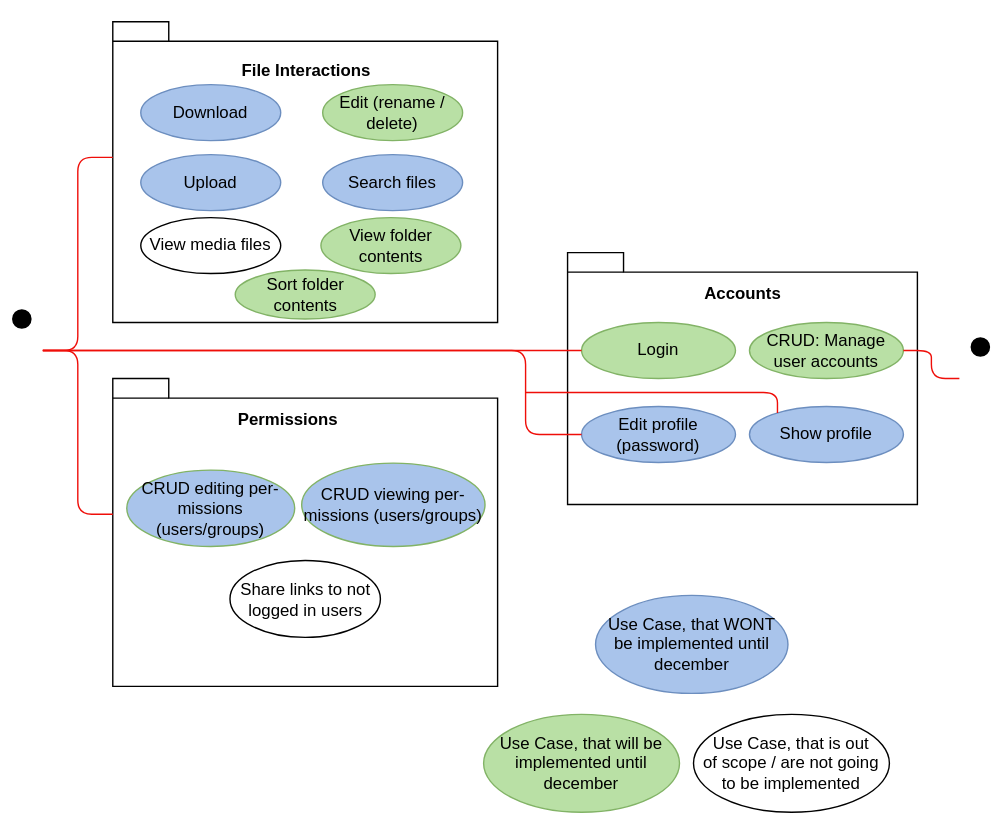
Earlier version of the draw.io export assets/diagrams/usecases.svg (FileFighter/filefighter.github.io). Source tidied: cells renumbered, new cells last; positions are measured from the earlier drawing's top-left corner, leaving out a move shared by most shapes.
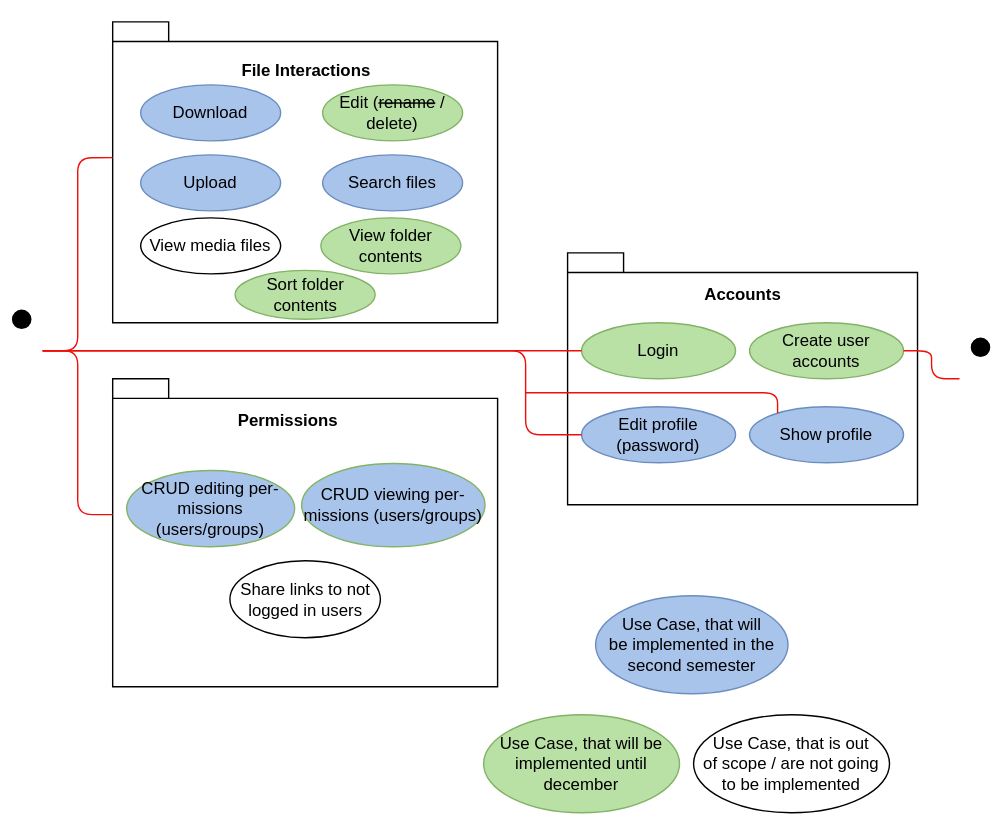
Above is the later version.

Diff of the diagram source:
```diff
@@ -32,7 +32,7 @@
     <mxCell id="11" value="View folder contents" style="ellipse;whiteSpace=wrap;html=1;strokeColor=#82b366;fillColor=#B9E0A5;" parent="1" vertex="1">
       <mxGeometry x="228.8" y="155" width="100" height="40" as="geometry" />
     </mxCell>
-    <mxCell id="12" value="Edit (rename / delete)" style="ellipse;whiteSpace=wrap;html=1;strokeColor=#82b366;fillColor=#B9E0A5;" parent="1" vertex="1">
+    <mxCell id="12" value="Edit (&lt;strike&gt;rename&lt;/strike&gt; / delete)" style="ellipse;whiteSpace=wrap;html=1;strokeColor=#82b366;fillColor=#B9E0A5;" parent="1" vertex="1">
       <mxGeometry x="230" y="60" width="100" height="40" as="geometry" />
     </mxCell>
     <mxCell id="13" value="CRUD editing per-missions (users/groups)" style="ellipse;whiteSpace=wrap;html=1;strokeColor=#82b366;fillColor=#A9C4EB;" parent="1" vertex="1">
@@ -56,7 +56,7 @@
     <mxCell id="19" value="Show profile" style="ellipse;whiteSpace=wrap;html=1;strokeColor=#6c8ebf;fillColor=#A9C4EB;" parent="1" vertex="1">
       <mxGeometry x="535" y="290" width="110" height="40" as="geometry" />
     </mxCell>
-    <mxCell id="20" value="CRUD: Manage user accounts" style="ellipse;whiteSpace=wrap;html=1;strokeColor=#82b366;fillColor=#B9E0A5;" parent="1" vertex="1">
+    <mxCell id="20" value="Create user accounts" style="ellipse;whiteSpace=wrap;html=1;strokeColor=#82b366;fillColor=#B9E0A5;" parent="1" vertex="1">
       <mxGeometry x="535" y="230" width="110" height="40" as="geometry" />
     </mxCell>
     <mxCell id="21" style="endArrow=none;html=1;edgeStyle=orthogonalEdgeStyle;entryX=0;entryY=0;entryDx=0;entryDy=97;entryPerimeter=0;strokeColor=#ef0e09;" parent="1" edge="1" source="3" target="4">
@@ -84,7 +84,7 @@
     <mxCell id="26" value="&lt;b&gt;&lt;font color=&quot;#ffffff&quot;&gt;LEGEND:&lt;/font&gt;&lt;/b&gt;" style="text;html=1;align=center;verticalAlign=middle;" parent="1" vertex="1">
       <mxGeometry x="458.8" y="385" width="70" height="20" as="geometry" />
     </mxCell>
-    <mxCell id="27" value="Use Case, that WONT&lt;br&gt;be implemented until december" style="ellipse;whiteSpace=wrap;html=1;strokeColor=#6c8ebf;fillColor=#A9C4EB;" parent="1" vertex="1">
+    <mxCell id="27" value="Use Case, that will&lt;br&gt;be implemented in the second semester" style="ellipse;whiteSpace=wrap;html=1;strokeColor=#6c8ebf;fillColor=#A9C4EB;" parent="1" vertex="1">
       <mxGeometry x="425" y="425" width="137.5" height="70" as="geometry" />
     </mxCell>
     <mxCell id="28" value="Use Case, that is out &lt;br&gt;of scope / are not going to be implemented" style="ellipse;whiteSpace=wrap;html=1;" parent="1" vertex="1">
```
